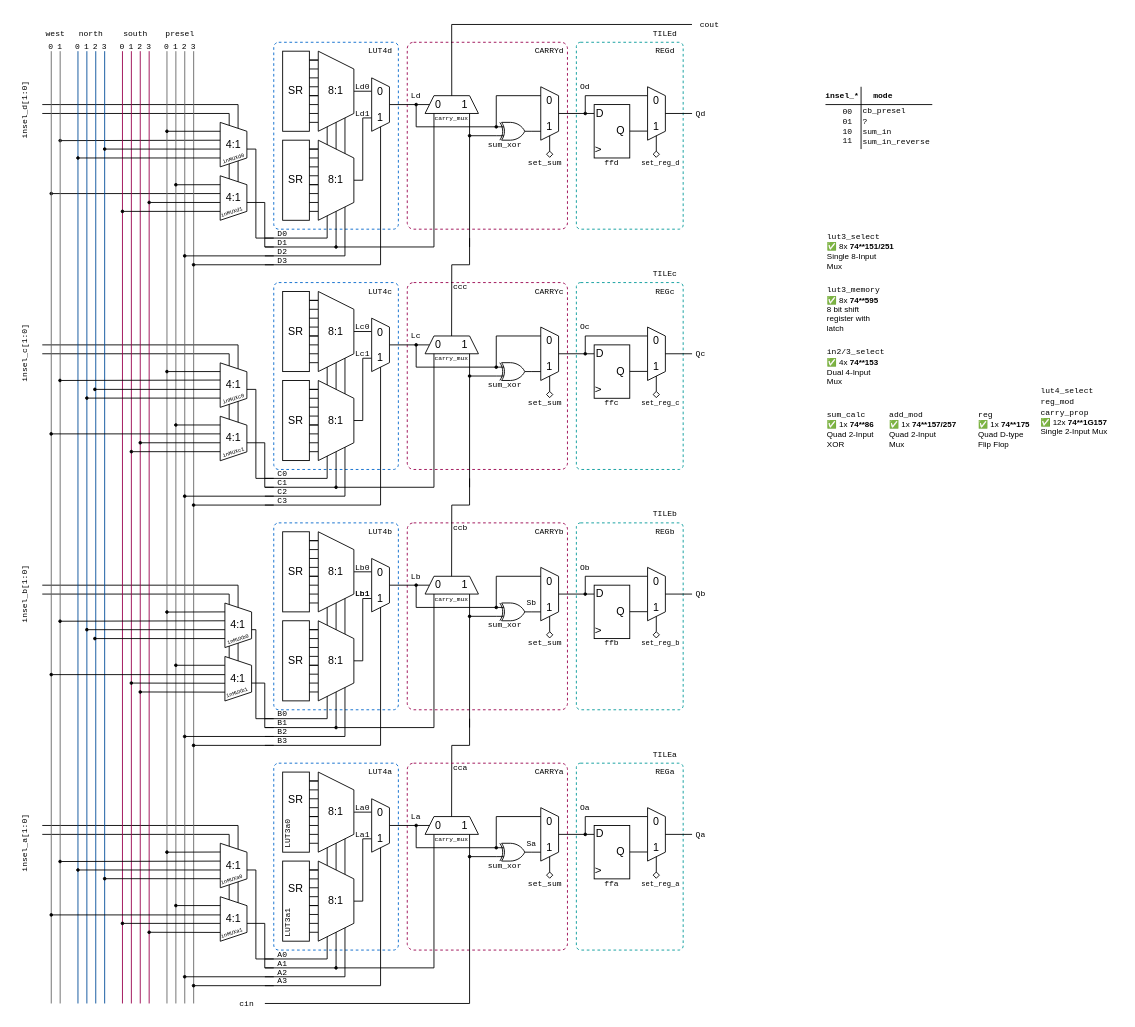
The draw.io diagram architecture/CLB-carry-architecture.drawio in mnemocron/my-discrete-fpga, before the edit. Source tidied: cells renumbered, new cells numbered last; positions are measured from the earlier drawing's top-left corner, leaving out a move shared by most shapes. Both pictures are drawn from the tidied source at 89%, with x=0, y=0 at pixel (-12, 15).
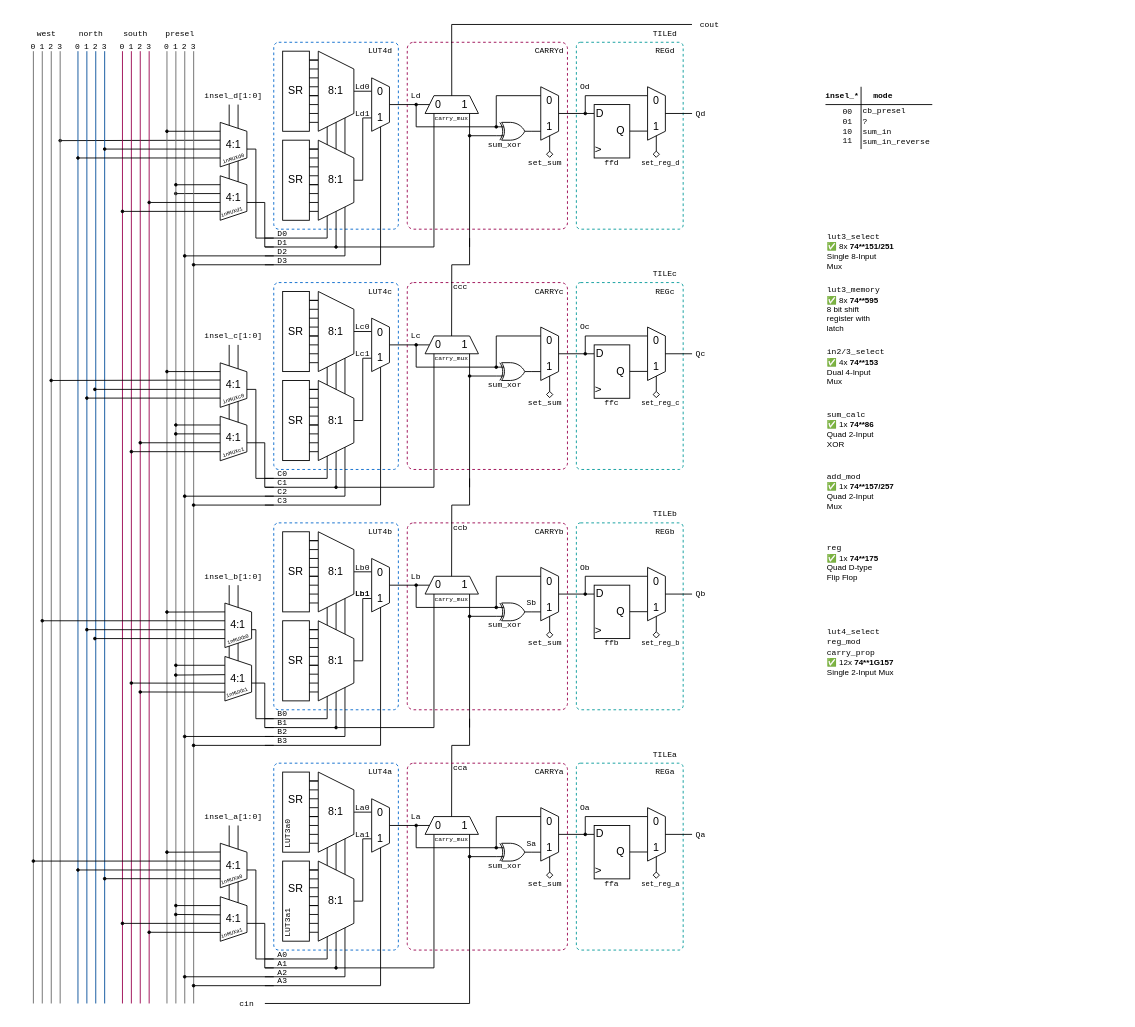
The same diagram, later.

The edit, as a diff of the source:
```diff
@@
+    <mxCell id="434" style="endArrow=none;html=1;rounded=0;fillColor=#f5f5f5;strokeColor=#666666;" parent="1" edge="1">
+      <mxGeometry relative="1" as="geometry">
+        <mxPoint x="60" y="1110" as="sourcePoint" />
+        <mxPoint x="60" y="40" as="targetPoint" />
+      </mxGeometry>
+    </mxCell>
+    <mxCell id="435" style="endArrow=none;html=1;rounded=0;fillColor=#f5f5f5;strokeColor=#666666;" parent="1" edge="1">
+      <mxGeometry relative="1" as="geometry">
+        <mxPoint x="50" y="1110" as="sourcePoint" />
+        <mxPoint x="50" y="40" as="targetPoint" />
+      </mxGeometry>
+    </mxCell>
@@
     <mxCell id="3" style="endArrow=oval;html=1;rounded=0;endFill=1;endSize=3;startSize=3;" parent="1" edge="1">
       <mxGeometry relative="1" as="geometry">
         <mxPoint x="270.1" y="200" as="sourcePoint" />
-        <mxPoint x="70.1" y="200" as="targetPoint" />
+        <mxPoint x="210" y="200" as="targetPoint" />
       </mxGeometry>
     </mxCell>
@@
     <mxCell id="258" value="&lt;font face=&quot;Courier New&quot;&gt;add_mod&lt;/font&gt;&lt;br&gt;✅ 1x &lt;b&gt;74**157/257&lt;/b&gt;&lt;br&gt;Quad 2-Input&lt;br&gt;Mux" style="text;html=1;strokeColor=none;fillColor=none;align=left;verticalAlign=middle;whiteSpace=wrap;rounded=0;fontSize=9;" parent="1" vertex="1">
-      <mxGeometry x="1010" y="440" width="80" height="50" as="geometry" />
+      <mxGeometry x="940" y="510" width="80" height="50" as="geometry" />
     </mxCell>
     <mxCell id="259" value="&lt;font face=&quot;Courier New&quot;&gt;lut4_select&lt;br&gt;reg_mod&lt;br&gt;&lt;/font&gt;&lt;span style=&quot;font-family: &amp;quot;Courier New&amp;quot;;&quot;&gt;carry_prop&lt;/span&gt;&lt;br&gt;✅&amp;nbsp;12x &lt;b&gt;74**1G157&lt;/b&gt;&lt;br&gt;Single 2-Input Mux" style="text;html=1;strokeColor=none;fillColor=none;align=left;verticalAlign=middle;whiteSpace=wrap;rounded=0;fontSize=9;" parent="1" vertex="1">
-      <mxGeometry x="1180" y="410" width="90" height="70" as="geometry" />
+      <mxGeometry x="940" y="680" width="90" height="70" as="geometry" />
     </mxCell>
@@
     <mxCell id="264" value="&lt;font face=&quot;Courier New&quot;&gt;reg&lt;/font&gt;&lt;br&gt;✅ 1x &lt;b&gt;74**175&lt;/b&gt;&lt;br&gt;Quad D-type Flip Flop" style="text;html=1;strokeColor=none;fillColor=none;align=left;verticalAlign=middle;whiteSpace=wrap;rounded=0;fontSize=9;" parent="1" vertex="1">
-      <mxGeometry x="1110" y="440" width="70" height="50" as="geometry" />
+      <mxGeometry x="940" y="590" width="70" height="50" as="geometry" />
     </mxCell>
@@
     <mxCell id="270" style="endArrow=none;html=1;rounded=0;" parent="1" edge="1">
       <mxGeometry relative="1" as="geometry">
         <mxPoint x="270" y="1010" as="sourcePoint" />
-        <mxPoint x="60" y="920" as="targetPoint" />
-        <Array as="points">
-          <mxPoint x="270" y="920" />
-        </Array>
+        <mxPoint x="270" y="910" as="targetPoint" />
       </mxGeometry>
     </mxCell>
     <mxCell id="271" style="endArrow=none;html=1;rounded=0;" parent="1" edge="1">
       <mxGeometry relative="1" as="geometry">
         <mxPoint x="280" y="1000" as="sourcePoint" />
-        <mxPoint x="60" y="910" as="targetPoint" />
-        <Array as="points">
-          <mxPoint x="280" y="910" />
-        </Array>
+        <mxPoint x="280" y="910" as="targetPoint" />
       </mxGeometry>
     </mxCell>
@@
     <mxCell id="278" style="endArrow=none;html=1;rounded=0;" parent="1" edge="1">
       <mxGeometry relative="1" as="geometry">
         <mxPoint x="270" y="740" as="sourcePoint" />
-        <mxPoint x="60" y="650" as="targetPoint" />
-        <Array as="points">
-          <mxPoint x="270" y="650" />
-        </Array>
+        <mxPoint x="270" y="640" as="targetPoint" />
       </mxGeometry>
     </mxCell>
     <mxCell id="279" style="endArrow=none;html=1;rounded=0;" parent="1" edge="1">
       <mxGeometry relative="1" as="geometry">
         <mxPoint x="280" y="730" as="sourcePoint" />
-        <mxPoint x="60" y="640" as="targetPoint" />
-        <Array as="points">
-          <mxPoint x="280" y="640" />
-        </Array>
+        <mxPoint x="280" y="640" as="targetPoint" />
       </mxGeometry>
     </mxCell>
     <mxCell id="280" style="endArrow=none;html=1;rounded=0;" parent="1" edge="1">
       <mxGeometry relative="1" as="geometry">
         <mxPoint x="270" y="470" as="sourcePoint" />
-        <mxPoint x="60" y="380" as="targetPoint" />
-        <Array as="points">
-          <mxPoint x="270" y="380" />
-        </Array>
+        <mxPoint x="270" y="370" as="targetPoint" />
       </mxGeometry>
     </mxCell>
     <mxCell id="281" style="endArrow=none;html=1;rounded=0;" parent="1" edge="1">
       <mxGeometry relative="1" as="geometry">
         <mxPoint x="280" y="460" as="sourcePoint" />
-        <mxPoint x="60" y="370" as="targetPoint" />
-        <Array as="points">
-          <mxPoint x="280" y="370" />
-        </Array>
+        <mxPoint x="280" y="370" as="targetPoint" />
       </mxGeometry>
     </mxCell>
     <mxCell id="282" style="endArrow=none;html=1;rounded=0;" parent="1" edge="1">
       <mxGeometry relative="1" as="geometry">
         <mxPoint x="270" y="200" as="sourcePoint" />
-        <mxPoint x="60" y="110" as="targetPoint" />
-        <Array as="points">
-          <mxPoint x="270" y="110" />
-        </Array>
+        <mxPoint x="270" y="100" as="targetPoint" />
       </mxGeometry>
     </mxCell>
     <mxCell id="283" style="endArrow=none;html=1;rounded=0;" parent="1" edge="1">
       <mxGeometry relative="1" as="geometry">
         <mxPoint x="280" y="190" as="sourcePoint" />
-        <mxPoint x="60" y="100" as="targetPoint" />
-        <Array as="points">
-          <mxPoint x="280" y="100" />
-        </Array>
+        <mxPoint x="280" y="100" as="targetPoint" />
       </mxGeometry>
     </mxCell>
@@
-    <mxCell id="366" value="&lt;font face=&quot;Courier New&quot;&gt;insel_d[1:0]&lt;/font&gt;" style="text;html=1;strokeColor=none;fillColor=none;align=center;verticalAlign=middle;whiteSpace=wrap;rounded=0;fontSize=9;rotation=270;" parent="1" vertex="1">
-      <mxGeometry x="2.2" y="96.1" width="75.9" height="20" as="geometry" />
+    <mxCell id="366" value="&lt;font face=&quot;Courier New&quot;&gt;insel_d[1:0]&lt;/font&gt;" style="text;html=1;strokeColor=none;fillColor=none;align=center;verticalAlign=middle;whiteSpace=wrap;rounded=0;fontSize=9;rotation=0;" parent="1" vertex="1">
+      <mxGeometry x="240" y="80" width="70" height="20" as="geometry" />
     </mxCell>
@@
-    <mxCell id="385" value="&lt;font face=&quot;Courier New&quot;&gt;insel_c[1:0]&lt;/font&gt;" style="text;html=1;strokeColor=none;fillColor=none;align=center;verticalAlign=middle;whiteSpace=wrap;rounded=0;fontSize=9;rotation=270;" parent="1" vertex="1">
-      <mxGeometry y="369.5" width="79.9" height="20.1" as="geometry" />
+    <mxCell id="385" value="&lt;font face=&quot;Courier New&quot;&gt;insel_c[1:0]&lt;/font&gt;" style="text;html=1;strokeColor=none;fillColor=none;align=center;verticalAlign=middle;whiteSpace=wrap;rounded=0;fontSize=9;rotation=0;" parent="1" vertex="1">
+      <mxGeometry x="240" y="350" width="70" height="20.1" as="geometry" />
     </mxCell>
-    <mxCell id="386" value="&lt;font face=&quot;Courier New&quot;&gt;insel_b[1:0]&lt;/font&gt;" style="text;html=1;strokeColor=none;fillColor=none;align=center;verticalAlign=middle;whiteSpace=wrap;rounded=0;fontSize=9;rotation=270;" parent="1" vertex="1">
-      <mxGeometry x="0.2" y="640" width="79.9" height="20.1" as="geometry" />
+    <mxCell id="386" value="&lt;font face=&quot;Courier New&quot;&gt;insel_b[1:0]&lt;/font&gt;" style="text;html=1;strokeColor=none;fillColor=none;align=center;verticalAlign=middle;whiteSpace=wrap;rounded=0;fontSize=9;rotation=0;" parent="1" vertex="1">
+      <mxGeometry x="240" y="619.9" width="70" height="20.1" as="geometry" />
     </mxCell>
-    <mxCell id="387" value="&lt;font face=&quot;Courier New&quot;&gt;insel_a[1:0]&lt;/font&gt;" style="text;html=1;strokeColor=none;fillColor=none;align=center;verticalAlign=middle;whiteSpace=wrap;rounded=0;fontSize=9;rotation=270;" parent="1" vertex="1">
-      <mxGeometry y="920" width="79.9" height="20.1" as="geometry" />
+    <mxCell id="387" value="&lt;font face=&quot;Courier New&quot;&gt;insel_a[1:0]&lt;/font&gt;" style="text;html=1;strokeColor=none;fillColor=none;align=center;verticalAlign=middle;whiteSpace=wrap;rounded=0;fontSize=9;rotation=0;" parent="1" vertex="1">
+      <mxGeometry x="240" y="889.9" width="70" height="20.1" as="geometry" />
     </mxCell>
@@
     <mxCell id="399" value="&lt;font face=&quot;Courier New&quot;&gt;west&lt;/font&gt;" style="text;html=1;strokeColor=none;fillColor=none;align=center;verticalAlign=middle;whiteSpace=wrap;rounded=0;fontSize=9;" parent="1" vertex="1">
-      <mxGeometry x="60.1" y="10" width="30" height="20" as="geometry" />
+      <mxGeometry x="49.9" y="10" width="30" height="20" as="geometry" />
     </mxCell>
-    <mxCell id="400" value="&lt;font face=&quot;Courier New&quot;&gt;0&lt;/font&gt;" style="text;html=1;strokeColor=none;fillColor=none;align=center;verticalAlign=middle;whiteSpace=wrap;rounded=0;fontSize=9;" parent="1" vertex="1">
-      <mxGeometry x="60.1" y="30" width="20" height="10" as="geometry" />
-    </mxCell>
-    <mxCell id="401" value="&lt;font face=&quot;Courier New&quot;&gt;1&lt;/font&gt;" style="text;html=1;strokeColor=none;fillColor=none;align=center;verticalAlign=middle;whiteSpace=wrap;rounded=0;fontSize=9;" parent="1" vertex="1">
-      <mxGeometry x="70.1" y="30" width="20" height="10" as="geometry" />
-    </mxCell>
@@
     <mxCell id="406" style="endArrow=oval;html=1;rounded=0;endFill=1;endSize=3;startSize=3;" parent="1" edge="1">
       <mxGeometry relative="1" as="geometry">
         <mxPoint x="269.9" y="409.5" as="sourcePoint" />
-        <mxPoint x="79.9" y="410" as="targetPoint" />
+        <mxPoint x="70" y="410" as="targetPoint" />
       </mxGeometry>
     </mxCell>
     <mxCell id="407" style="endArrow=oval;html=1;rounded=0;endFill=1;endSize=3;startSize=3;" parent="1" edge="1">
       <mxGeometry relative="1" as="geometry">
         <mxPoint x="270" y="470" as="sourcePoint" />
-        <mxPoint x="70" y="470" as="targetPoint" />
+        <mxPoint x="210" y="470" as="targetPoint" />
       </mxGeometry>
     </mxCell>
     <mxCell id="408" style="endArrow=oval;html=1;rounded=0;endFill=1;endSize=3;startSize=3;" parent="1" edge="1">
       <mxGeometry relative="1" as="geometry">
         <mxPoint x="270.1" y="740.5" as="sourcePoint" />
-        <mxPoint x="70.1" y="740.5" as="targetPoint" />
+        <mxPoint x="210" y="741" as="targetPoint" />
       </mxGeometry>
     </mxCell>
     <mxCell id="409" style="endArrow=oval;html=1;rounded=0;endFill=1;endSize=3;startSize=3;" parent="1" edge="1">
       <mxGeometry relative="1" as="geometry">
         <mxPoint x="270" y="680" as="sourcePoint" />
-        <mxPoint x="80" y="680.5" as="targetPoint" />
+        <mxPoint x="60" y="680" as="targetPoint" />
       </mxGeometry>
     </mxCell>
     <mxCell id="410" style="endArrow=oval;html=1;rounded=0;endFill=1;endSize=3;startSize=3;" parent="1" edge="1">
       <mxGeometry relative="1" as="geometry">
         <mxPoint x="270.1" y="1010.5" as="sourcePoint" />
-        <mxPoint x="70.1" y="1010.5" as="targetPoint" />
+        <mxPoint x="210" y="1010" as="targetPoint" />
       </mxGeometry>
     </mxCell>
     <mxCell id="411" style="endArrow=oval;html=1;rounded=0;endFill=1;endSize=3;startSize=3;" parent="1" edge="1">
       <mxGeometry relative="1" as="geometry">
         <mxPoint x="270" y="950" as="sourcePoint" />
-        <mxPoint x="80" y="950.5" as="targetPoint" />
+        <mxPoint x="50" y="950" as="targetPoint" />
       </mxGeometry>
     </mxCell>
@@
+    <mxCell id="400" value="&lt;font face=&quot;Courier New&quot;&gt;0&lt;/font&gt;" style="text;html=1;strokeColor=none;fillColor=none;align=center;verticalAlign=middle;whiteSpace=wrap;rounded=0;fontSize=9;" parent="1" vertex="1">
+      <mxGeometry x="40.1" y="30" width="20" height="10" as="geometry" />
+    </mxCell>
+    <mxCell id="401" value="&lt;font face=&quot;Courier New&quot;&gt;1&lt;/font&gt;" style="text;html=1;strokeColor=none;fillColor=none;align=center;verticalAlign=middle;whiteSpace=wrap;rounded=0;fontSize=9;" parent="1" vertex="1">
+      <mxGeometry x="50.1" y="30" width="20" height="10" as="geometry" />
+    </mxCell>
+    <mxCell id="436" value="&lt;font face=&quot;Courier New&quot;&gt;2&lt;/font&gt;" style="text;html=1;strokeColor=none;fillColor=none;align=center;verticalAlign=middle;whiteSpace=wrap;rounded=0;fontSize=9;" parent="1" vertex="1">
+      <mxGeometry x="60.1" y="30" width="20" height="10" as="geometry" />
+    </mxCell>
+    <mxCell id="437" value="&lt;font face=&quot;Courier New&quot;&gt;3&lt;/font&gt;" style="text;html=1;strokeColor=none;fillColor=none;align=center;verticalAlign=middle;whiteSpace=wrap;rounded=0;fontSize=9;" parent="1" vertex="1">
+      <mxGeometry x="70.1" y="30" width="20" height="10" as="geometry" />
+    </mxCell>
```
